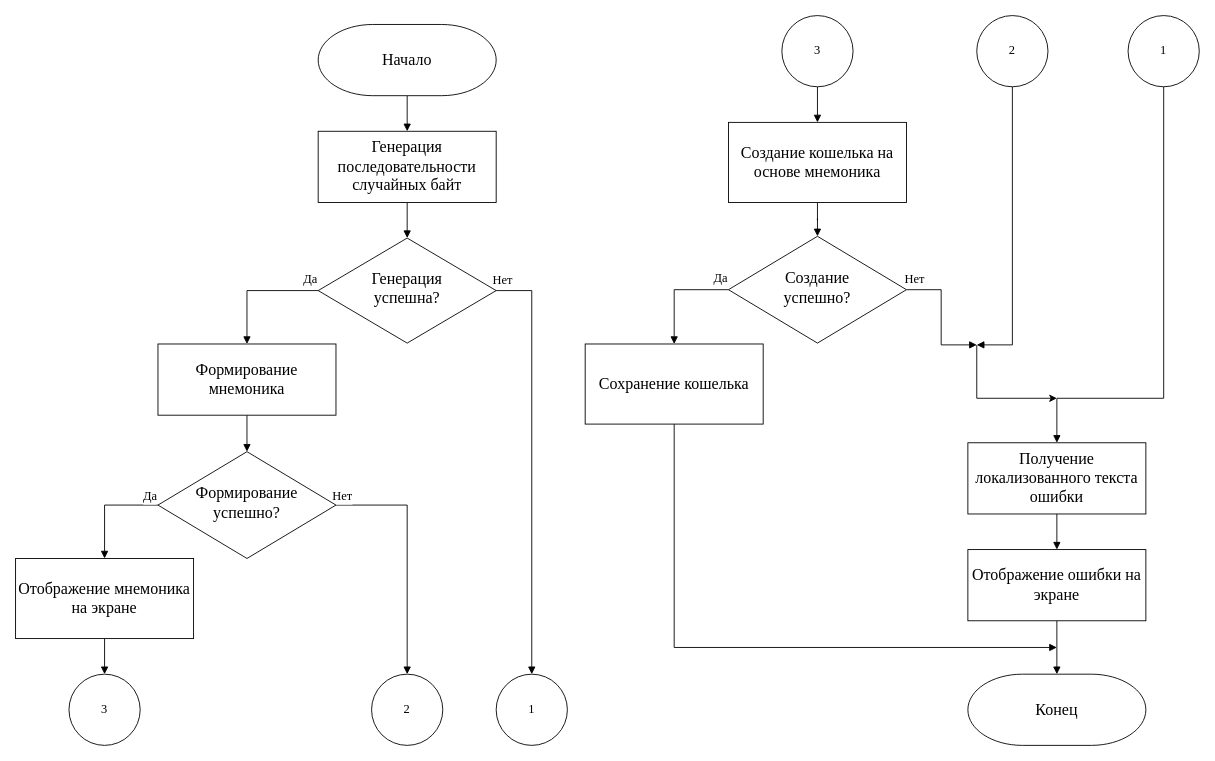
T1DEe/MAGWalletDP keeps this draw.io diagram as page "2" (1 of 5) of Диплом. Документация/ГЧ/all_гч.drawio. Above is the earlier version. Source tidied: cells renumbered, new cells numbered last; positions are measured from the earlier drawing's top-left corner, leaving out a move shared by most shapes. Both pictures are drawn from the tidied source at 89%, with x=0, y=0 at pixel (15, 15).
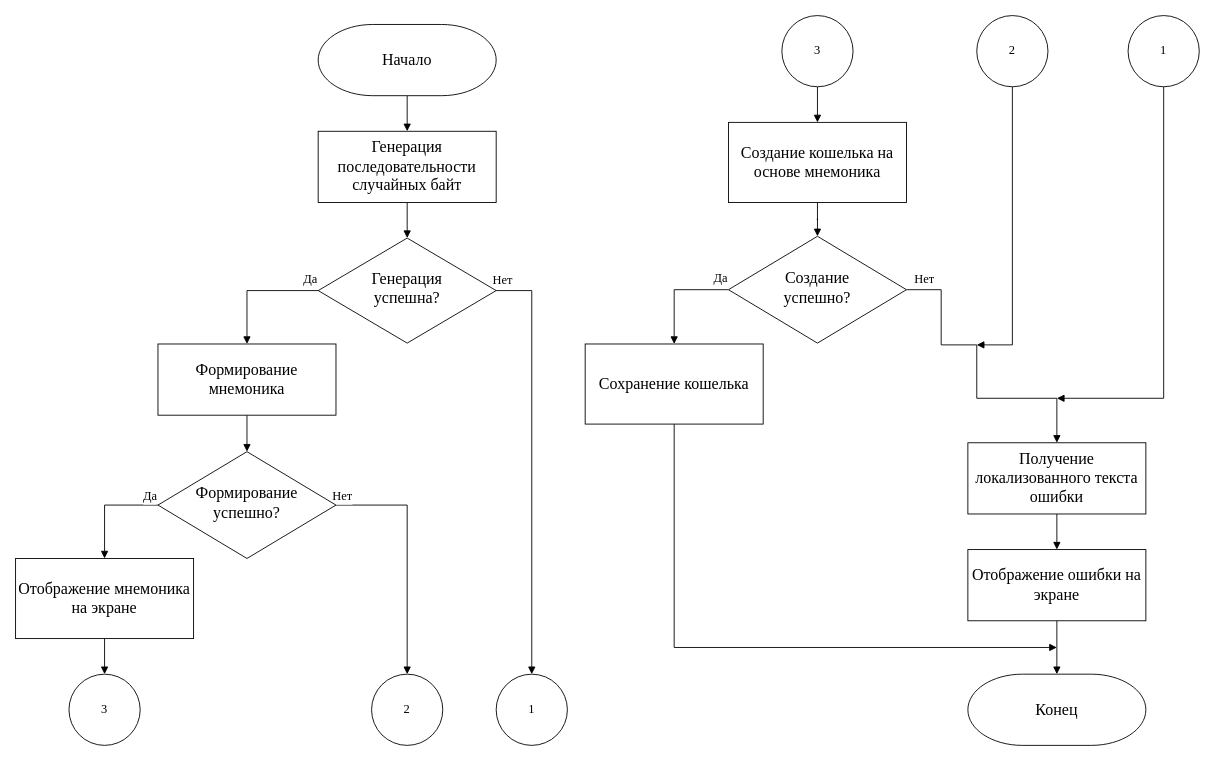
The same page after the edit.

The change refers to these unchanged cells:
```xml
<mxCell id="10" value="Получение локализованного текста ошибки" style="rounded=0;whiteSpace=wrap;html=1;fontSize=18;glass=0;strokeWidth=1;shadow=0;fontFamily=Times New Roman;perimeterSpacing=0;" parent="1" vertex="1">
  <mxGeometry x="1070" y="480" width="200" height="80" as="geometry" />
</mxCell>
<mxCell id="30" value="Создание &lt;br&gt;успешно?" style="rhombus;whiteSpace=wrap;html=1;shadow=0;fontFamily=Times New Roman;fontSize=18;align=center;strokeWidth=1;spacing=6;spacingTop=-4;perimeterSpacing=0;" parent="1" vertex="1">
  <mxGeometry x="801" y="248" width="200" height="120" as="geometry" />
</mxCell>
<mxCell id="39" value="1" style="ellipse;whiteSpace=wrap;html=1;labelBackgroundColor=#ffffff;strokeWidth=1;fontFamily=Times New Roman;fontSize=14;" parent="1" vertex="1">
  <mxGeometry x="1250" width="80" height="80" as="geometry" />
</mxCell>
```

The edit, as a diff of the source:
```diff
@@
-    <mxCell id="28" style="edgeStyle=orthogonalEdgeStyle;rounded=0;jettySize=auto;html=1;endArrow=block;endFill=1;strokeWidth=1;fontFamily=Times New Roman;fontSize=14;" parent="1" edge="1" source="30">
+    <mxCell id="28" style="edgeStyle=orthogonalEdgeStyle;rounded=0;jettySize=auto;html=1;endArrow=block;endFill=1;strokeWidth=1;fontFamily=Times New Roman;fontSize=14;entryX=0.5;entryY=0;entryDx=0;entryDy=0;" parent="1" edge="1" source="30" target="10">
       <mxGeometry relative="1" as="geometry">
-        <mxPoint x="1080" y="370" as="targetPoint" />
         <Array as="points">
           <mxPoint x="1040" y="308" />
           <mxPoint x="1040" y="370" />
+          <mxPoint x="1080" y="370" />
+          <mxPoint x="1080" y="430" />
+          <mxPoint x="1170" y="430" />
         </Array>
       </mxGeometry>
     </mxCell>
@@
-    <mxCell id="38" style="edgeStyle=orthogonalEdgeStyle;rounded=0;jettySize=auto;html=1;endArrow=block;endFill=1;strokeWidth=1;fontFamily=Times New Roman;fontSize=14;entryX=0.5;entryY=0;entryDx=0;entryDy=0;" parent="1" edge="1" source="39" target="10">
+    <mxCell id="38" style="edgeStyle=orthogonalEdgeStyle;rounded=0;jettySize=auto;html=1;endArrow=block;endFill=1;strokeWidth=1;fontFamily=Times New Roman;fontSize=14;" parent="1" edge="1" source="39">
       <mxGeometry relative="1" as="geometry">
+        <mxPoint x="1170" y="430" as="targetPoint" />
         <Array as="points">
           <mxPoint x="1290" y="430" />
           <mxPoint x="1170" y="430" />
         </Array>
       </mxGeometry>
     </mxCell>
@@
-    <mxCell id="43" style="endArrow=classic;html=1;strokeWidth=1;fontFamily=Times New Roman;fontSize=14;edgeStyle=orthogonalEdgeStyle;rounded=0;" parent="1" edge="1">
-      <mxGeometry relative="1" as="geometry">
-        <mxPoint x="1080" y="370" as="sourcePoint" />
-        <mxPoint x="1170" y="430" as="targetPoint" />
-        <Array as="points">
-          <mxPoint x="1080" y="430" />
-          <mxPoint x="1170" y="430" />
-        </Array>
-      </mxGeometry>
-    </mxCell>
```
